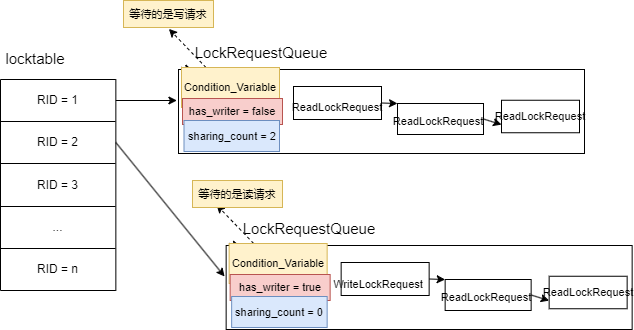
The draw.io diagram CMU15445/concurrency_control.drawio.png in SixPlusAndTimes/drawio, before a commit. Source tidied: cells renumbered, new cells last; positions are measured from the earlier drawing's top-left corner, leaving out a move shared by most shapes.
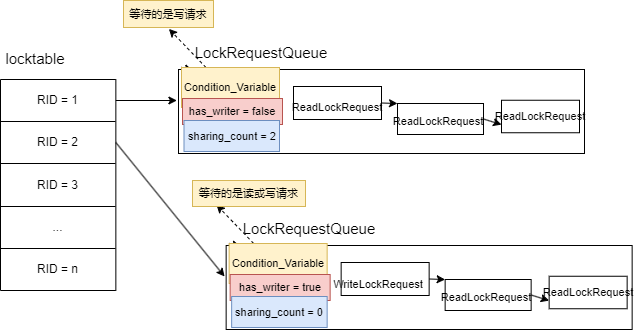
Above is the later version.

Change to the diagram source:
```diff
@@ -151,8 +151,8 @@
     <mxCell id="48" value="&lt;span style=&quot;font-size: 11px;&quot;&gt;ReadLockRequest&lt;/span&gt;" style="text;html=1;strokeColor=none;fillColor=none;align=center;verticalAlign=middle;whiteSpace=wrap;rounded=0;fontSize=15;" parent="1" vertex="1">
       <mxGeometry x="550.6" y="275.8" width="74" height="27.5" as="geometry" />
     </mxCell>
-    <mxCell id="49" value="等待的是读请求" style="rounded=0;whiteSpace=wrap;html=1;fontSize=11;fillColor=#fff2cc;strokeColor=#d6b656;" parent="1" vertex="1">
-      <mxGeometry x="192" y="180" width="90" height="27" as="geometry" />
+    <mxCell id="49" value="等待的是读或写请求" style="rounded=0;whiteSpace=wrap;html=1;fontSize=11;fillColor=#fff2cc;strokeColor=#d6b656;" parent="1" vertex="1">
+      <mxGeometry x="192" y="180" width="113" height="26" as="geometry" />
     </mxCell>
   </root>
 </mxGraphModel>
```
